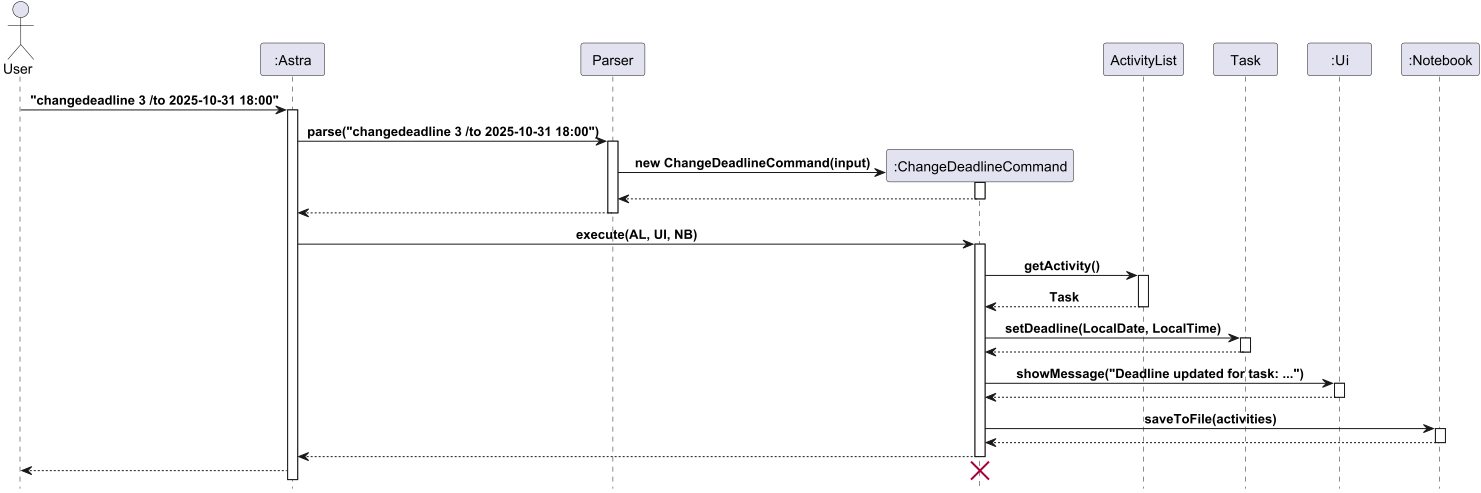
The PlantUML diagram docs/images/changeDeadline_sequence.png in Kennahh/tp, before a commit. Its source is kept beside it as docs/diagrams/ChangeDeadline_sequence.puml.
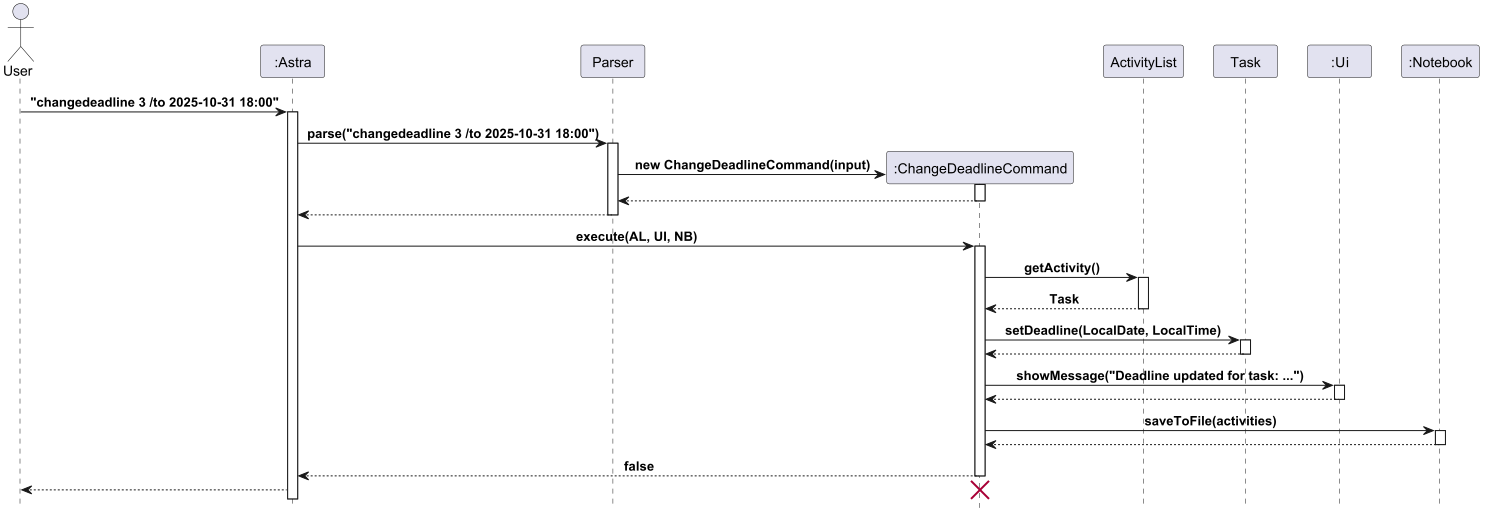
Above is the later version.

Commit message:
Update ChangeDeadline sequence diagram

What changed in the source:
```diff
@@ -36,7 +36,7 @@
 C -> NB: saveToFile(activities)
 activate NB
 return
-C-->Astra
+C-->Astra : false
 deactivate C
 Astra-->User
 destroy C
```
